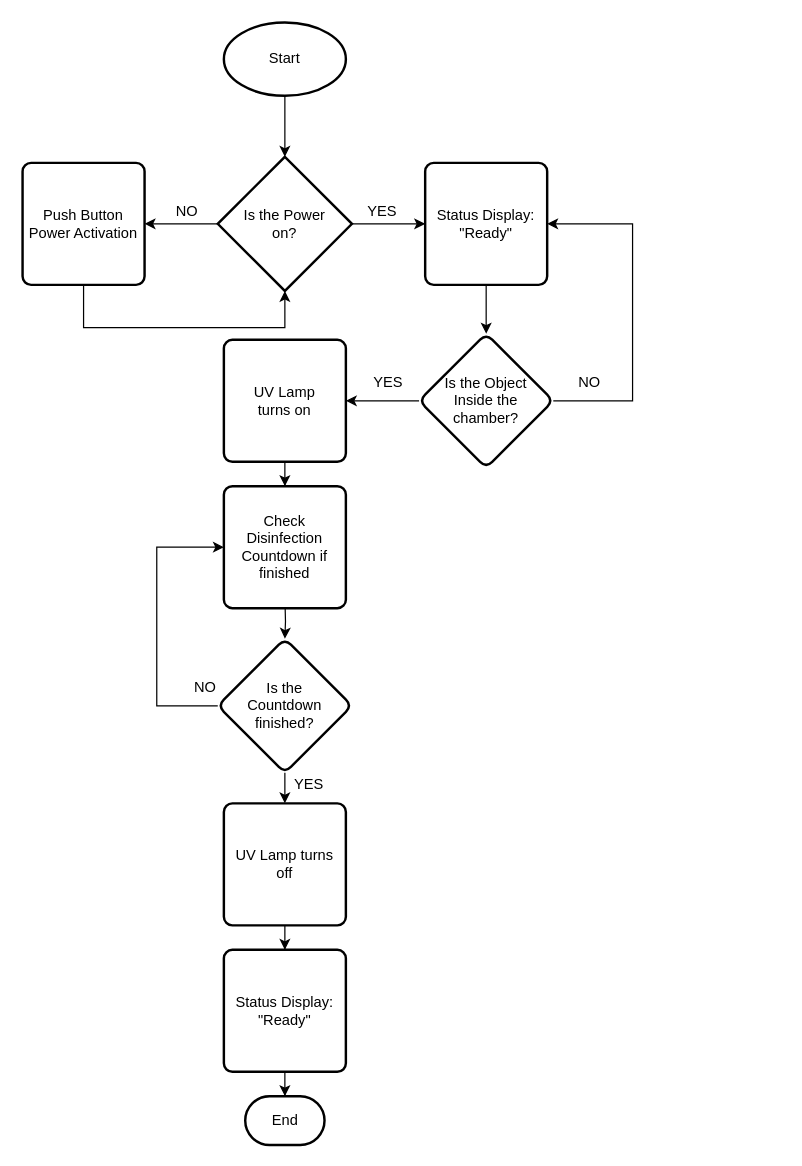
Earlier version of the draw.io diagram March 3, 2022/Flowcharts/flowchart.drawio (MMSaralde/Computer-Engineering-Practice-and-Design-2). Source tidied: cells renumbered, new cells numbered last; positions are measured from the earlier drawing's top-left corner, leaving out a move shared by most shapes. Both pictures are drawn from the tidied source at 122%, with x=0, y=0 at pixel (22, 22).
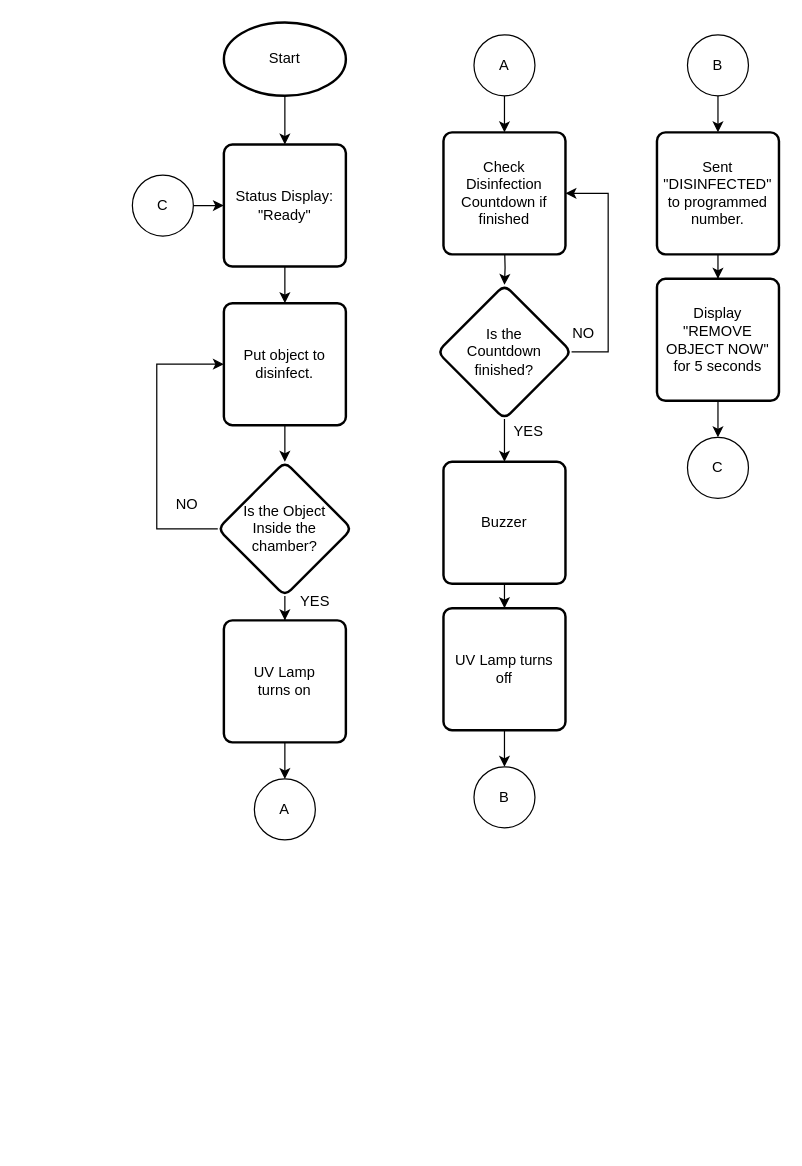
After the change.

The change refers to these unchanged cells:
```xml
<mxCell id="3" value="Start" style="strokeWidth=2;html=1;shape=mxgraph.flowchart.start_1;whiteSpace=wrap;" parent="1" vertex="1">
  <mxGeometry x="165" width="100" height="60" as="geometry" />
</mxCell>
```

Change to the diagram source:
```diff
@@
-    <mxCell id="2" style="edgeStyle=orthogonalEdgeStyle;rounded=0;jettySize=auto;html=1;" parent="1" edge="1" source="3" target="6">
-      <mxGeometry relative="1" as="geometry" />
-    </mxCell>
+    <mxCell id="32" style="edgeStyle=orthogonalEdgeStyle;rounded=0;jettySize=auto;html=1;" parent="1" edge="1" source="3" target="8">
+      <mxGeometry relative="1" as="geometry" />
+    </mxCell>
@@
-    <mxCell id="4" style="edgeStyle=orthogonalEdgeStyle;rounded=0;jettySize=auto;html=1;" parent="1" edge="1" source="6" target="8">
-      <mxGeometry relative="1" as="geometry" />
-    </mxCell>
-    <mxCell id="5" style="edgeStyle=orthogonalEdgeStyle;rounded=0;jettySize=auto;html=1;exitX=0;exitY=0.5;exitDx=0;exitDy=0;exitPerimeter=0;entryX=1;entryY=0.5;entryDx=0;entryDy=0;" parent="1" edge="1" source="6" target="10">
-      <mxGeometry relative="1" as="geometry" />
-    </mxCell>
-    <mxCell id="6" value="Is the Power&lt;br&gt;on?" style="strokeWidth=2;html=1;shape=mxgraph.flowchart.decision;whiteSpace=wrap;" parent="1" vertex="1">
-      <mxGeometry x="160" y="110" width="110" height="110" as="geometry" />
-    </mxCell>
-    <mxCell id="7" style="edgeStyle=orthogonalEdgeStyle;rounded=0;jettySize=auto;html=1;" parent="1" edge="1" source="8" target="15">
-      <mxGeometry relative="1" as="geometry" />
-    </mxCell>
+    <mxCell id="13" style="edgeStyle=orthogonalEdgeStyle;rounded=0;jettySize=auto;html=1;" parent="1" edge="1" source="15" target="17">
+      <mxGeometry relative="1" as="geometry" />
+    </mxCell>
+    <mxCell id="33" style="edgeStyle=orthogonalEdgeStyle;rounded=0;jettySize=auto;html=1;exitX=0;exitY=0.5;exitDx=0;exitDy=0;entryX=0;entryY=0.5;entryDx=0;entryDy=0;" parent="1" edge="1" source="15" target="37">
+      <mxGeometry relative="1" as="geometry">
+        <Array as="points">
+          <mxPoint x="110" y="415" />
+          <mxPoint x="110" y="280" />
+        </Array>
+      </mxGeometry>
+    </mxCell>
+    <mxCell id="15" value="Is the Object&lt;br&gt;Inside the chamber?" style="rhombus;whiteSpace=wrap;html=1;rounded=1;arcSize=14;strokeWidth=2;" parent="1" vertex="1">
+      <mxGeometry x="160" y="360" width="110" height="110" as="geometry" />
+    </mxCell>
+    <mxCell id="34" style="edgeStyle=orthogonalEdgeStyle;rounded=0;jettySize=auto;html=1;" parent="1" edge="1" source="17" target="40">
+      <mxGeometry relative="1" as="geometry" />
+    </mxCell>
+    <mxCell id="17" value="&lt;span style=&quot;&quot;&gt;UV Lamp&lt;br&gt;turns on&lt;/span&gt;" style="rounded=1;whiteSpace=wrap;html=1;absoluteArcSize=1;arcSize=14;strokeWidth=2;" parent="1" vertex="1">
+      <mxGeometry x="165" y="490" width="100" height="100" as="geometry" />
+    </mxCell>
+    <mxCell id="35" style="edgeStyle=orthogonalEdgeStyle;rounded=0;jettySize=auto;html=1;" parent="1" edge="1" source="8" target="37">
+      <mxGeometry relative="1" as="geometry" />
+    </mxCell>
     <mxCell id="8" value="Status Display: &quot;Ready&quot;" style="rounded=1;whiteSpace=wrap;html=1;absoluteArcSize=1;arcSize=14;strokeWidth=2;" parent="1" vertex="1">
-      <mxGeometry x="330" y="115" width="100" height="100" as="geometry" />
+      <mxGeometry x="165" y="100" width="100" height="100" as="geometry" />
     </mxCell>
-    <mxCell id="9" style="edgeStyle=orthogonalEdgeStyle;rounded=0;jettySize=auto;html=1;exitX=0.5;exitY=1;exitDx=0;exitDy=0;entryX=0.5;entryY=1;entryDx=0;entryDy=0;entryPerimeter=0;" parent="1" edge="1" source="10" target="6">
-      <mxGeometry relative="1" as="geometry">
-        <Array as="points">
-          <mxPoint x="50" y="250" />
-          <mxPoint x="215" y="250" />
-        </Array>
-      </mxGeometry>
-    </mxCell>
-    <mxCell id="10" value="Push Button Power Activation" style="rounded=1;whiteSpace=wrap;html=1;absoluteArcSize=1;arcSize=14;strokeWidth=2;" parent="1" vertex="1">
-      <mxGeometry y="115" width="100" height="100" as="geometry" />
-    </mxCell>
-    <mxCell id="11" value="YES" style="text;html=1;strokeColor=none;fillColor=none;align=center;verticalAlign=middle;whiteSpace=wrap;rounded=0;" parent="1" vertex="1">
-      <mxGeometry x="265" y="140" width="60" height="30" as="geometry" />
-    </mxCell>
-    <mxCell id="12" value="NO" style="text;html=1;strokeColor=none;fillColor=none;align=center;verticalAlign=middle;whiteSpace=wrap;rounded=0;" parent="1" vertex="1">
-      <mxGeometry x="105" y="140" width="60" height="30" as="geometry" />
-    </mxCell>
-    <mxCell id="13" style="edgeStyle=orthogonalEdgeStyle;rounded=0;jettySize=auto;html=1;exitX=0;exitY=0.5;exitDx=0;exitDy=0;entryX=1;entryY=0.5;entryDx=0;entryDy=0;" parent="1" edge="1" source="15" target="17">
-      <mxGeometry relative="1" as="geometry" />
-    </mxCell>
-    <mxCell id="14" style="edgeStyle=orthogonalEdgeStyle;rounded=0;jettySize=auto;html=1;exitX=1;exitY=0.5;exitDx=0;exitDy=0;entryX=1;entryY=0.5;entryDx=0;entryDy=0;" parent="1" edge="1" source="15" target="8">
-      <mxGeometry relative="1" as="geometry">
-        <Array as="points">
-          <mxPoint x="500" y="310" />
-          <mxPoint x="500" y="165" />
-        </Array>
-      </mxGeometry>
-    </mxCell>
-    <mxCell id="15" value="Is the Object&lt;br&gt;Inside the chamber?" style="rhombus;whiteSpace=wrap;html=1;rounded=1;arcSize=14;strokeWidth=2;" parent="1" vertex="1">
-      <mxGeometry x="325" y="255" width="110" height="110" as="geometry" />
-    </mxCell>
-    <mxCell id="16" style="edgeStyle=orthogonalEdgeStyle;rounded=0;jettySize=auto;html=1;" parent="1" edge="1" source="17" target="19">
-      <mxGeometry relative="1" as="geometry" />
-    </mxCell>
-    <mxCell id="17" value="&lt;span style=&quot;&quot;&gt;UV Lamp&lt;br&gt;turns on&lt;/span&gt;" style="rounded=1;whiteSpace=wrap;html=1;absoluteArcSize=1;arcSize=14;strokeWidth=2;" parent="1" vertex="1">
-      <mxGeometry x="165" y="260" width="100" height="100" as="geometry" />
-    </mxCell>
-    <mxCell id="18" style="edgeStyle=orthogonalEdgeStyle;rounded=0;jettySize=auto;html=1;" parent="1" edge="1" target="22">
-      <mxGeometry relative="1" as="geometry">
-        <mxPoint x="215" y="470" as="sourcePoint" />
-      </mxGeometry>
-    </mxCell>
+    <mxCell id="36" style="edgeStyle=orthogonalEdgeStyle;rounded=0;jettySize=auto;html=1;" parent="1" edge="1" source="37" target="15">
+      <mxGeometry relative="1" as="geometry" />
+    </mxCell>
+    <mxCell id="37" value="Put object to disinfect." style="rounded=1;whiteSpace=wrap;html=1;absoluteArcSize=1;arcSize=14;strokeWidth=2;" parent="1" vertex="1">
+      <mxGeometry x="165" y="230" width="100" height="100" as="geometry" />
+    </mxCell>
+    <mxCell id="38" value="YES" style="text;html=1;strokeColor=none;fillColor=none;align=center;verticalAlign=middle;whiteSpace=wrap;rounded=0;" parent="1" vertex="1">
+      <mxGeometry x="210" y="460" width="60" height="30" as="geometry" />
+    </mxCell>
+    <mxCell id="39" value="NO" style="text;html=1;strokeColor=none;fillColor=none;align=center;verticalAlign=middle;whiteSpace=wrap;rounded=0;" parent="1" vertex="1">
+      <mxGeometry x="105" y="380" width="60" height="30" as="geometry" />
+    </mxCell>
+    <mxCell id="40" value="A" style="ellipse;whiteSpace=wrap;html=1;" parent="1" vertex="1">
+      <mxGeometry x="190" y="620" width="50" height="50" as="geometry" />
+    </mxCell>
+    <mxCell id="41" style="edgeStyle=orthogonalEdgeStyle;rounded=0;jettySize=auto;html=1;" parent="1" edge="1" source="42" target="19">
+      <mxGeometry relative="1" as="geometry" />
+    </mxCell>
+    <mxCell id="42" value="A" style="ellipse;whiteSpace=wrap;html=1;" parent="1" vertex="1">
+      <mxGeometry x="370" y="10" width="50" height="50" as="geometry" />
+    </mxCell>
+    <mxCell id="43" style="edgeStyle=orthogonalEdgeStyle;rounded=0;jettySize=auto;html=1;" parent="1" edge="1" target="22">
+      <mxGeometry relative="1" as="geometry">
+        <mxPoint x="395" y="180" as="sourcePoint" />
+      </mxGeometry>
+    </mxCell>
     <mxCell id="19" value="Check Disinfection Countdown if finished" style="rounded=1;whiteSpace=wrap;html=1;absoluteArcSize=1;arcSize=14;strokeWidth=2;" parent="1" vertex="1">
-      <mxGeometry x="165" y="380" width="100" height="100" as="geometry" />
+      <mxGeometry x="345" y="90" width="100" height="100" as="geometry" />
     </mxCell>
+    <mxCell id="44" style="edgeStyle=orthogonalEdgeStyle;rounded=0;jettySize=auto;html=1;" parent="1" edge="1" source="22" target="48">
+      <mxGeometry relative="1" as="geometry" />
+    </mxCell>
-    <mxCell id="20" style="edgeStyle=orthogonalEdgeStyle;rounded=0;jettySize=auto;html=1;exitX=0;exitY=0.5;exitDx=0;exitDy=0;entryX=0;entryY=0.5;entryDx=0;entryDy=0;" parent="1" edge="1" source="22" target="19">
+    <mxCell id="20" style="edgeStyle=orthogonalEdgeStyle;rounded=0;jettySize=auto;html=1;exitX=1;exitY=0.5;exitDx=0;exitDy=0;entryX=1;entryY=0.5;entryDx=0;entryDy=0;" parent="1" edge="1" source="22" target="19">
       <mxGeometry relative="1" as="geometry">
         <Array as="points">
-          <mxPoint x="110" y="560" />
-          <mxPoint x="110" y="430" />
+          <mxPoint x="480" y="270" />
+          <mxPoint x="480" y="140" />
         </Array>
       </mxGeometry>
     </mxCell>
-    <mxCell id="21" style="edgeStyle=orthogonalEdgeStyle;rounded=0;jettySize=auto;html=1;exitX=0.5;exitY=1;exitDx=0;exitDy=0;entryX=0.5;entryY=0;entryDx=0;entryDy=0;" parent="1" edge="1" source="22" target="24">
-      <mxGeometry relative="1" as="geometry" />
-    </mxCell>
     <mxCell id="22" value="Is the&lt;br&gt;Countdown finished?" style="rhombus;whiteSpace=wrap;html=1;rounded=1;arcSize=14;strokeWidth=2;" parent="1" vertex="1">
-      <mxGeometry x="160" y="505" width="110" height="110" as="geometry" />
+      <mxGeometry x="340" y="215" width="110" height="110" as="geometry" />
     </mxCell>
-    <mxCell id="23" style="edgeStyle=orthogonalEdgeStyle;rounded=0;jettySize=auto;html=1;" parent="1" edge="1" source="24" target="26">
-      <mxGeometry relative="1" as="geometry" />
-    </mxCell>
+    <mxCell id="45" value="YES" style="text;html=1;strokeColor=none;fillColor=none;align=center;verticalAlign=middle;whiteSpace=wrap;rounded=0;" parent="1" vertex="1">
+      <mxGeometry x="385" y="320" width="60" height="30" as="geometry" />
+    </mxCell>
+    <mxCell id="46" value="NO" style="text;html=1;strokeColor=none;fillColor=none;align=center;verticalAlign=middle;whiteSpace=wrap;rounded=0;" parent="1" vertex="1">
+      <mxGeometry x="430" y="240" width="60" height="30" as="geometry" />
+    </mxCell>
+    <mxCell id="47" style="edgeStyle=orthogonalEdgeStyle;rounded=0;jettySize=auto;html=1;" parent="1" edge="1" source="48" target="24">
+      <mxGeometry relative="1" as="geometry" />
+    </mxCell>
+    <mxCell id="48" value="Buzzer" style="rounded=1;whiteSpace=wrap;html=1;absoluteArcSize=1;arcSize=14;strokeWidth=2;" parent="1" vertex="1">
+      <mxGeometry x="345" y="360" width="100" height="100" as="geometry" />
+    </mxCell>
+    <mxCell id="49" style="edgeStyle=orthogonalEdgeStyle;rounded=0;jettySize=auto;html=1;" parent="1" edge="1" source="24" target="50">
+      <mxGeometry relative="1" as="geometry" />
+    </mxCell>
     <mxCell id="24" value="UV Lamp turns&lt;br&gt;off" style="rounded=1;whiteSpace=wrap;html=1;absoluteArcSize=1;arcSize=14;strokeWidth=2;" parent="1" vertex="1">
-      <mxGeometry x="165" y="640" width="100" height="100" as="geometry" />
+      <mxGeometry x="345" y="480" width="100" height="100" as="geometry" />
     </mxCell>
-    <mxCell id="25" style="edgeStyle=orthogonalEdgeStyle;rounded=0;jettySize=auto;html=1;" parent="1" edge="1" source="26" target="27">
-      <mxGeometry relative="1" as="geometry" />
-    </mxCell>
-    <mxCell id="26" value="&lt;span style=&quot;&quot;&gt;Status Display: &quot;Ready&quot;&lt;/span&gt;" style="rounded=1;whiteSpace=wrap;html=1;absoluteArcSize=1;arcSize=14;strokeWidth=2;" parent="1" vertex="1">
-      <mxGeometry x="165" y="760" width="100" height="100" as="geometry" />
-    </mxCell>
-    <mxCell id="27" value="End" style="strokeWidth=2;html=1;shape=mxgraph.flowchart.terminator;whiteSpace=wrap;" parent="1" vertex="1">
-      <mxGeometry x="182.5" y="880" width="65" height="40" as="geometry" />
-    </mxCell>
-    <mxCell id="28" value="NO" style="text;html=1;strokeColor=none;fillColor=none;align=center;verticalAlign=middle;whiteSpace=wrap;rounded=0;" parent="1" vertex="1">
-      <mxGeometry x="435" y="280" width="60" height="30" as="geometry" />
-    </mxCell>
-    <mxCell id="29" value="YES" style="text;html=1;strokeColor=none;fillColor=none;align=center;verticalAlign=middle;whiteSpace=wrap;rounded=0;" parent="1" vertex="1">
-      <mxGeometry x="270" y="280" width="60" height="30" as="geometry" />
-    </mxCell>
-    <mxCell id="30" value="YES" style="text;html=1;strokeColor=none;fillColor=none;align=center;verticalAlign=middle;whiteSpace=wrap;rounded=0;" parent="1" vertex="1">
-      <mxGeometry x="205" y="610" width="60" height="30" as="geometry" />
-    </mxCell>
-    <mxCell id="31" value="NO" style="text;html=1;strokeColor=none;fillColor=none;align=center;verticalAlign=middle;whiteSpace=wrap;rounded=0;" parent="1" vertex="1">
-      <mxGeometry x="120" y="530" width="60" height="30" as="geometry" />
-    </mxCell>
+    <mxCell id="50" value="B" style="ellipse;whiteSpace=wrap;html=1;" parent="1" vertex="1">
+      <mxGeometry x="370" y="610" width="50" height="50" as="geometry" />
+    </mxCell>
+    <mxCell id="51" style="edgeStyle=orthogonalEdgeStyle;rounded=0;jettySize=auto;html=1;" parent="1" edge="1" source="52" target="54">
+      <mxGeometry relative="1" as="geometry" />
+    </mxCell>
+    <mxCell id="52" value="Sent &quot;DISINFECTED&quot; to programmed number." style="rounded=1;whiteSpace=wrap;html=1;absoluteArcSize=1;arcSize=14;strokeWidth=2;" parent="1" vertex="1">
+      <mxGeometry x="520" y="90" width="100" height="100" as="geometry" />
+    </mxCell>
+    <mxCell id="53" style="edgeStyle=orthogonalEdgeStyle;rounded=0;jettySize=auto;html=1;" parent="1" edge="1" source="54" target="57">
+      <mxGeometry relative="1" as="geometry" />
+    </mxCell>
+    <mxCell id="54" value="Display &quot;REMOVE OBJECT NOW&quot; for 5 seconds" style="rounded=1;whiteSpace=wrap;html=1;absoluteArcSize=1;arcSize=14;strokeWidth=2;" parent="1" vertex="1">
+      <mxGeometry x="520" y="210" width="100" height="100" as="geometry" />
+    </mxCell>
+    <mxCell id="55" style="edgeStyle=orthogonalEdgeStyle;rounded=0;jettySize=auto;html=1;" parent="1" edge="1" source="56" target="52">
+      <mxGeometry relative="1" as="geometry" />
+    </mxCell>
+    <mxCell id="56" value="B" style="ellipse;whiteSpace=wrap;html=1;" parent="1" vertex="1">
+      <mxGeometry x="545" y="10" width="50" height="50" as="geometry" />
+    </mxCell>
+    <mxCell id="57" value="C" style="ellipse;whiteSpace=wrap;html=1;" parent="1" vertex="1">
+      <mxGeometry x="545" y="340" width="50" height="50" as="geometry" />
+    </mxCell>
+    <mxCell id="58" style="edgeStyle=orthogonalEdgeStyle;rounded=0;jettySize=auto;html=1;" parent="1" edge="1" source="59" target="8">
+      <mxGeometry relative="1" as="geometry" />
+    </mxCell>
+    <mxCell id="59" value="C" style="ellipse;whiteSpace=wrap;html=1;" parent="1" vertex="1">
+      <mxGeometry x="90" y="125" width="50" height="50" as="geometry" />
+    </mxCell>
```
